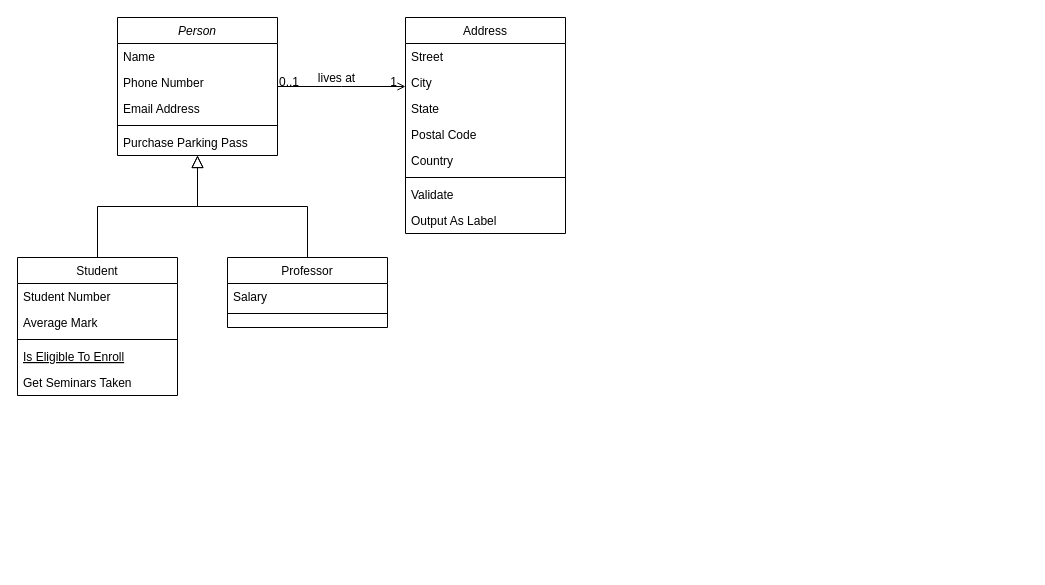
This is Диаграмма без названия.drawio from Raraot/github-pi, a draw.io file, before an edit. Source tidied: cells renumbered, new cells numbered last; positions are measured from the earlier drawing's top-left corner, leaving out a move shared by most shapes. Both pictures are drawn from the tidied source at 100%, with x=0, y=0 at pixel (17, 17).
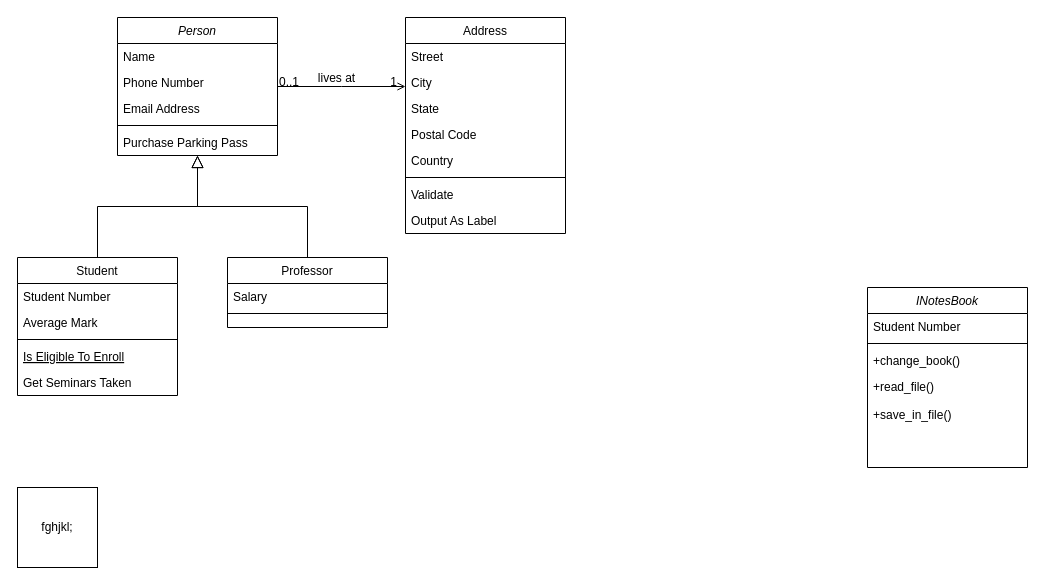
The same page after the edit.

What changed in the source:
```diff
@@
+    <mxCell id="32" value="fghjkl;&lt;br&gt;" style="whiteSpace=wrap;html=1;" parent="1" vertex="1">
+      <mxGeometry y="470" width="80" height="80" as="geometry" />
+    </mxCell>
+    <mxCell id="33" value="INotesBook" style="swimlane;fontStyle=2;align=center;verticalAlign=top;horizontal=1;startSize=26;rounded=0;shadow=0;strokeWidth=1;" parent="1" vertex="1">
+      <mxGeometry x="850" y="270" width="160" height="180" as="geometry" />
+    </mxCell>
+    <mxCell id="34" value="Student Number" style="text;align=left;verticalAlign=top;spacingLeft=4;spacingRight=4;overflow=hidden;" parent="33" vertex="1">
+      <mxGeometry y="26" width="160" height="26" as="geometry" />
+    </mxCell>
+    <mxCell id="35" style="line;html=1;strokeWidth=1;align=left;verticalAlign=middle;spacingTop=-1;spacingLeft=3;spacingRight=3;labelPosition=right;" parent="33" vertex="1">
+      <mxGeometry y="52" width="160" height="8" as="geometry" />
+    </mxCell>
+    <mxCell id="36" value="+change_book()" style="text;align=left;verticalAlign=top;spacingLeft=4;spacingRight=4;overflow=hidden;fontStyle=0;" parent="33" vertex="1">
+      <mxGeometry y="60" width="160" height="26" as="geometry" />
+    </mxCell>
+    <mxCell id="37" value="+read_file()&#10;&#10;+save_in_file()" style="text;align=left;verticalAlign=top;spacingLeft=4;spacingRight=4;overflow=hidden;" parent="33" vertex="1">
+      <mxGeometry y="86" width="160" height="68" as="geometry" />
+    </mxCell>
```
